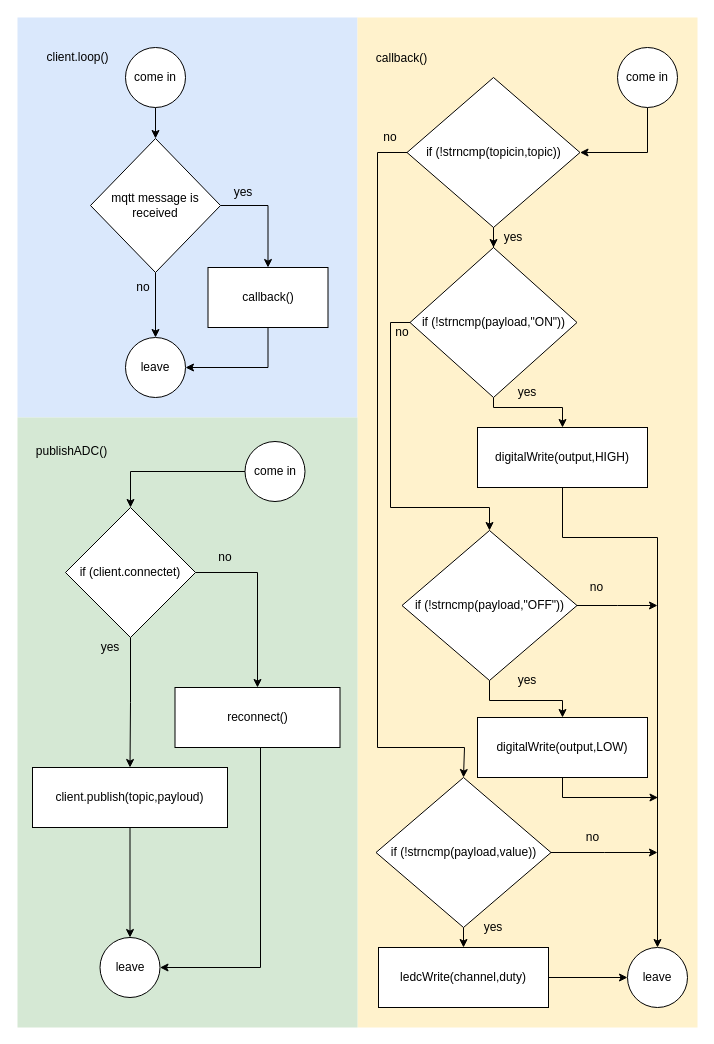
Above: Fachbericht/graphics/FunktionenAktor.drawio in nussinussi/Projekt6Thesis (draw.io), before the change. Source tidied: cells renumbered, new cells numbered last; positions are measured from the earlier drawing's top-left corner, leaving out a move shared by most shapes. Both pictures are drawn from the tidied source at 100%, with x=0, y=0 at pixel (17, 17).
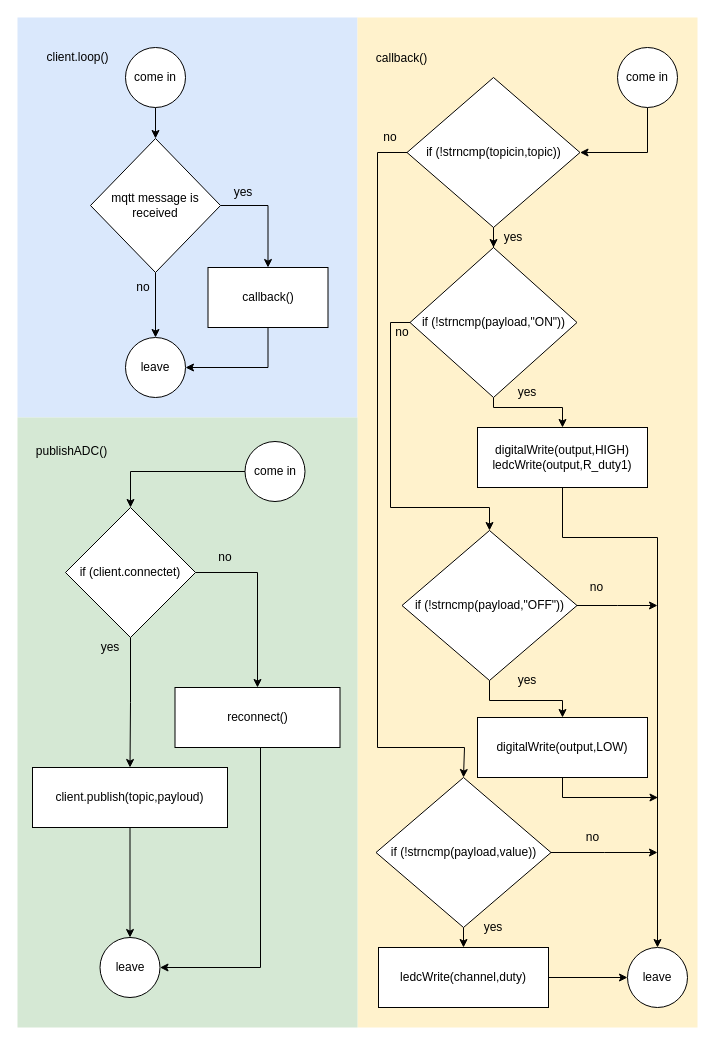
The same diagram, later.

The edit, as a diff of the source:
```diff
@@
-    <mxCell id="43" value="digitalWrite(output,HIGH)" style="rounded=0;whiteSpace=wrap;html=1;" parent="1" vertex="1">
+    <mxCell id="43" value="digitalWrite(output,HIGH)&lt;br&gt;ledcWrite(output,R_duty1)" style="rounded=0;whiteSpace=wrap;html=1;" parent="1" vertex="1">
       <mxGeometry x="460" y="410" width="170" height="60" as="geometry" />
     </mxCell>
```
